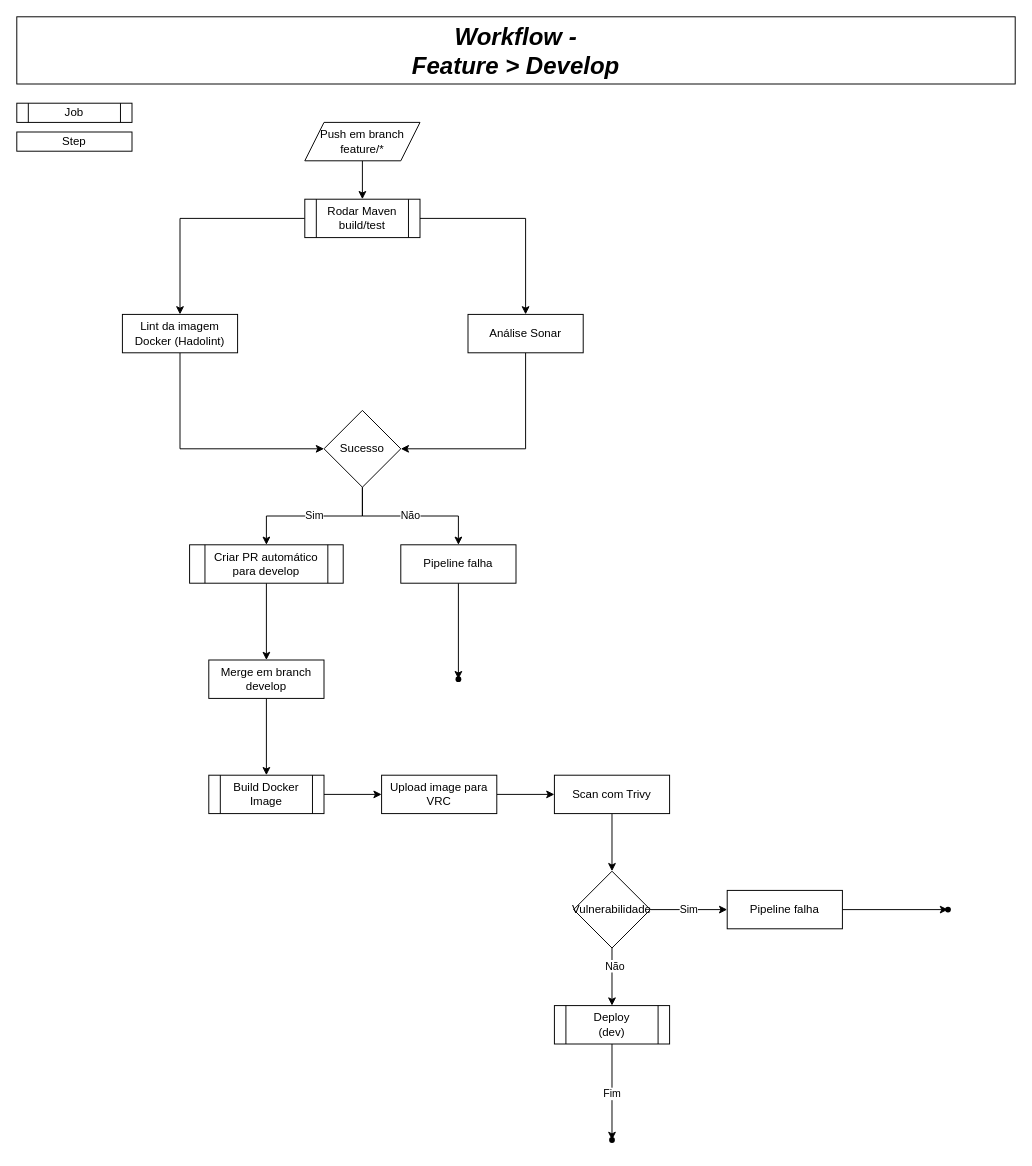
Before: page "workflow" (4 of 4) of drawio/arquitetura.drawio in jhegner/kubernetes-labs, a draw.io diagram. Source tidied: cells renumbered, new cells numbered last; positions are measured from the earlier drawing's top-left corner, leaving out a move shared by most shapes. Both pictures are drawn from the tidied source at 96%, with x=0, y=0 at pixel (16, 16).
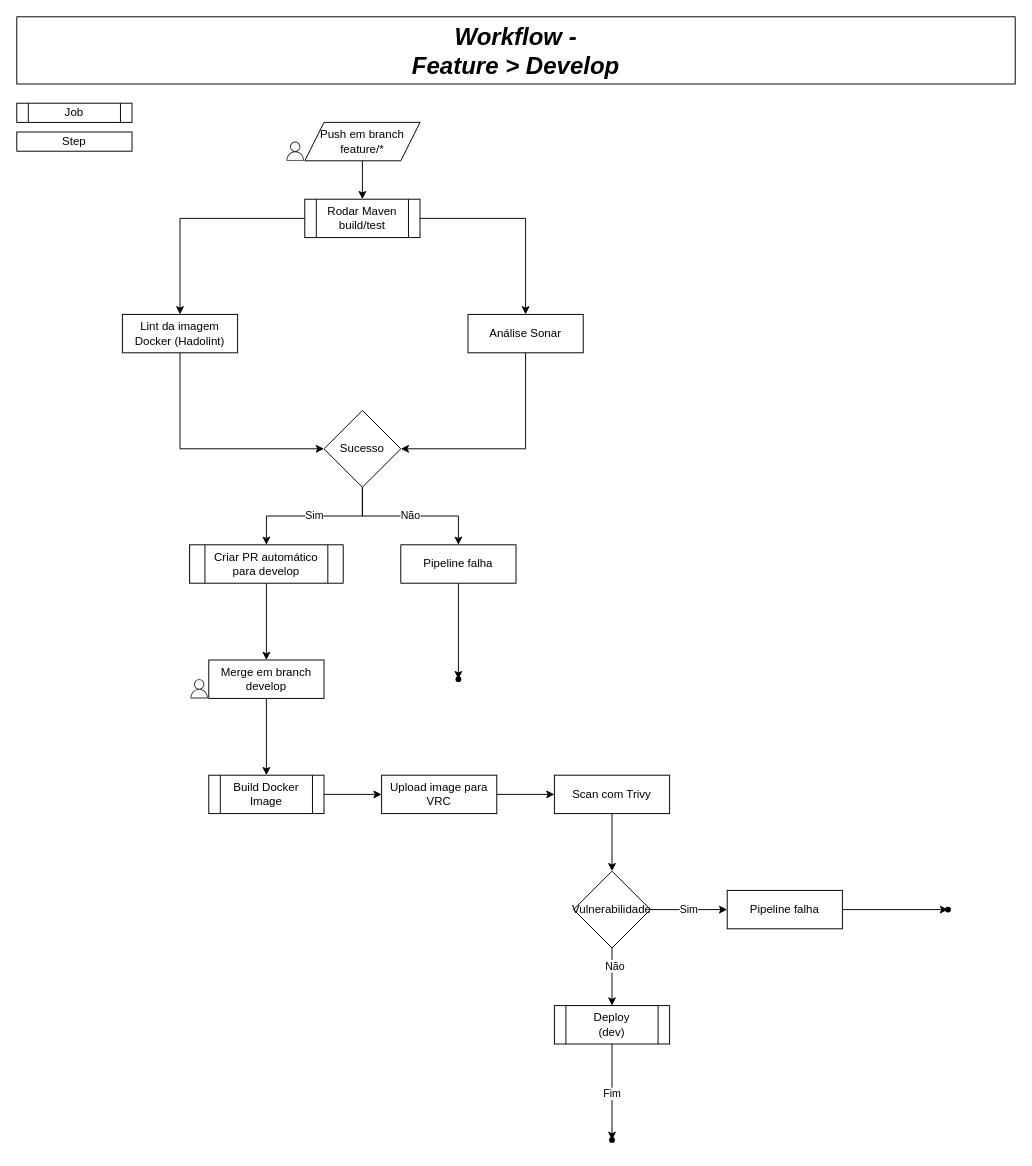
The same diagram, later.

Commit message:
docs: atualizacao do workflow dev

The edit, as a diff of the source:
```diff
@@
+    <mxCell id="41" style="sketch=0;fontColor=#232F3E;gradientColor=none;fillColor=#232F3D;strokeColor=none;dashed=0;verticalLabelPosition=bottom;verticalAlign=top;align=center;html=1;fontSize=12;fontStyle=0;shape=mxgraph.aws4.user;" parent="1" vertex="1">
+      <mxGeometry x="180" y="690" width="20" height="20" as="geometry" />
+    </mxCell>
+    <mxCell id="42" style="sketch=0;fontColor=#232F3E;gradientColor=none;fillColor=#232F3D;strokeColor=none;dashed=0;verticalLabelPosition=bottom;verticalAlign=top;align=center;html=1;fontSize=12;fontStyle=0;shape=mxgraph.aws4.user;" parent="1" vertex="1">
+      <mxGeometry x="280" y="130" width="20" height="20" as="geometry" />
+    </mxCell>
```
